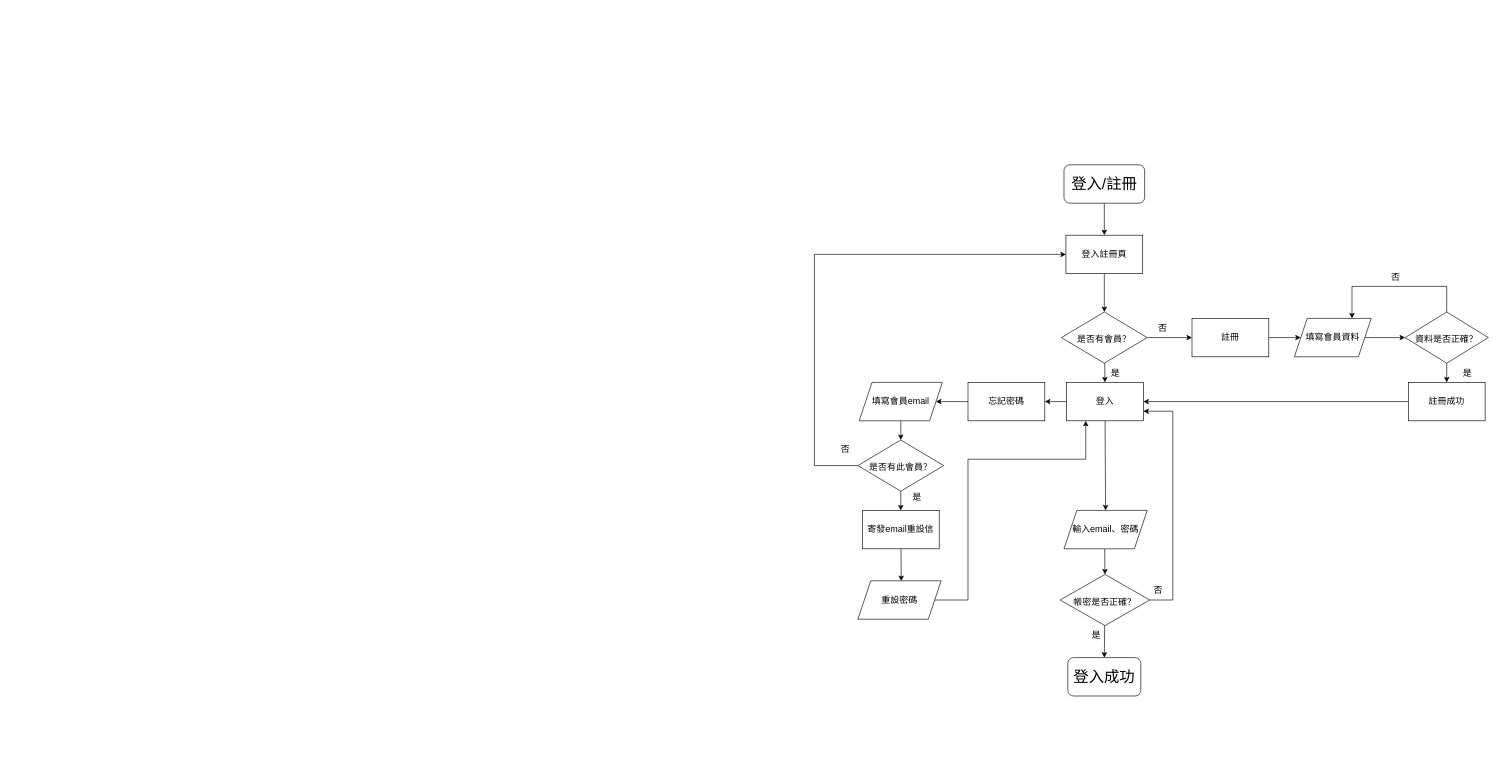
iiQvQii/vue-project keeps this draw.io diagram as 專題.drawio. Above is the earlier version. Source tidied: cells renumbered, new cells numbered last; positions are measured from the earlier drawing's top-left corner, leaving out a move shared by most shapes. Both pictures are drawn from the tidied source at 64%, with x=0, y=0 at pixel (814, 164).
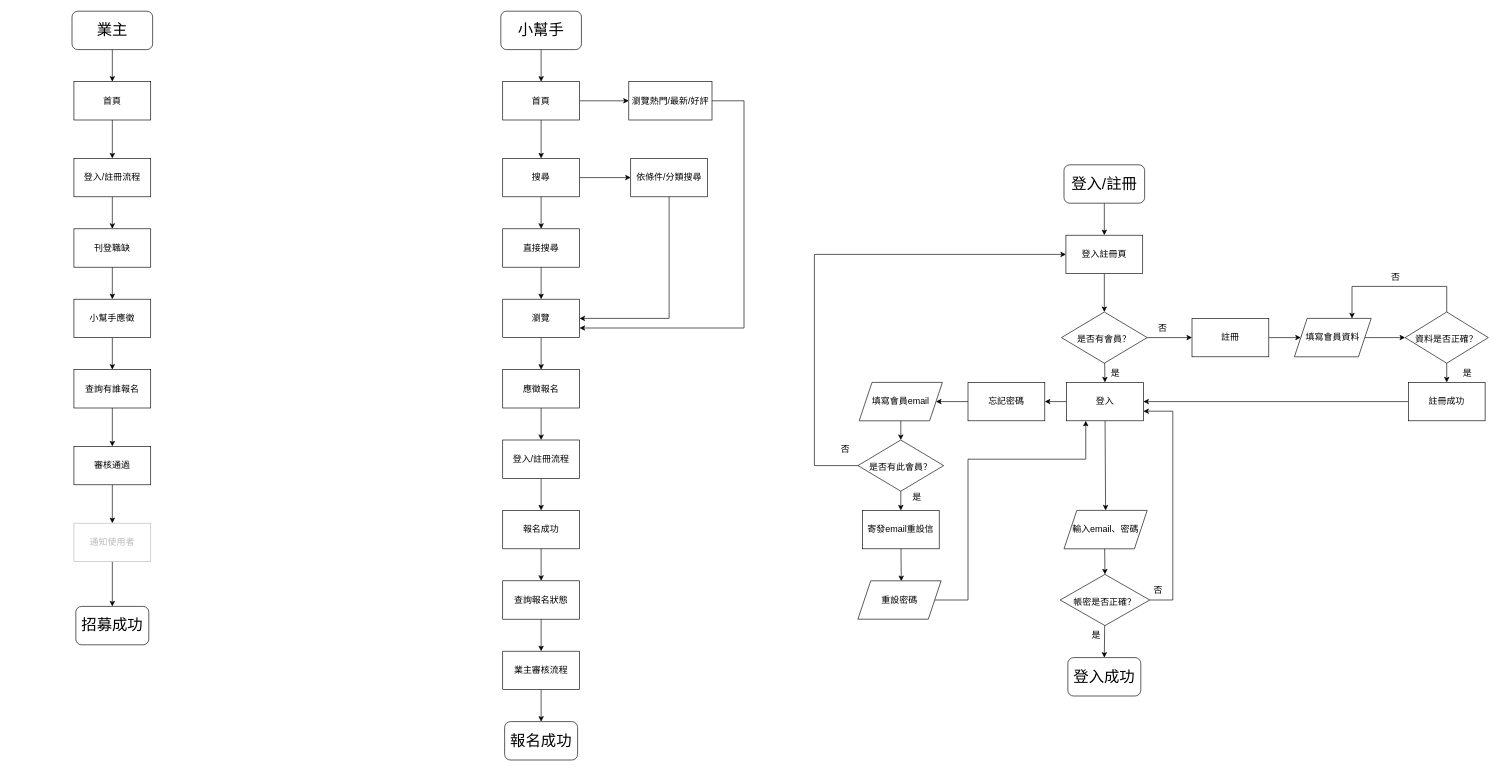
After the change.

Change to the diagram source:
```diff
@@
+    <mxCell id="47" style="edgeStyle=none;rounded=0;jettySize=auto;html=1;entryX=0.5;entryY=0;entryDx=0;entryDy=0;fontSize=14;" parent="1" edge="1" source="48" target="54">
+      <mxGeometry relative="1" as="geometry" />
+    </mxCell>
+    <mxCell id="48" value="&lt;span style=&quot;font-size: 24px;&quot;&gt;小幫手&lt;/span&gt;" style="rounded=1;whiteSpace=wrap;html=1;" parent="1" vertex="1">
+      <mxGeometry x="-490" y="-240" width="126" height="60" as="geometry" />
+    </mxCell>
+    <mxCell id="49" value="&lt;font style=&quot;font-size: 24px;&quot;&gt;報名成功&lt;/font&gt;" style="rounded=1;whiteSpace=wrap;html=1;" parent="1" vertex="1">
+      <mxGeometry x="-484" y="870" width="114" height="60" as="geometry" />
+    </mxCell>
+    <mxCell id="50" style="edgeStyle=none;rounded=0;orthogonalLoop=1;jettySize=auto;html=1;fontSize=14;exitX=0.5;exitY=0;exitDx=0;exitDy=0;entryX=0.75;entryY=0;entryDx=0;entryDy=0;" parent="1" edge="1">
+      <mxGeometry relative="1" as="geometry">
+        <mxPoint x="-570" y="240" as="targetPoint" />
+        <Array as="points">
+          <mxPoint x="-422" y="190" />
+          <mxPoint x="-570" y="190" />
+        </Array>
+      </mxGeometry>
+    </mxCell>
+    <mxCell id="51" style="edgeStyle=none;rounded=0;orthogonalLoop=1;jettySize=auto;html=1;exitX=1;exitY=0;exitDx=0;exitDy=0;fontSize=14;" parent="1" edge="1">
+      <mxGeometry relative="1" as="geometry">
+        <mxPoint x="-1247.5" y="770" as="sourcePoint" />
+        <mxPoint x="-1247.5" y="770" as="targetPoint" />
+      </mxGeometry>
+    </mxCell>
+    <mxCell id="52" style="edgeStyle=none;rounded=0;jettySize=auto;html=1;fontSize=14;" parent="1" edge="1" source="54" target="57">
+      <mxGeometry relative="1" as="geometry" />
+    </mxCell>
+    <mxCell id="53" style="edgeStyle=none;rounded=0;jettySize=auto;html=1;entryX=0;entryY=0.5;entryDx=0;entryDy=0;fontSize=14;" parent="1" edge="1" source="54" target="61">
+      <mxGeometry relative="1" as="geometry" />
+    </mxCell>
+    <mxCell id="54" value="首頁" style="rounded=0;whiteSpace=wrap;html=1;fontSize=14;" parent="1" vertex="1">
+      <mxGeometry x="-487" y="-130" width="120" height="60" as="geometry" />
+    </mxCell>
+    <mxCell id="55" style="edgeStyle=none;rounded=0;jettySize=auto;html=1;fontSize=14;" parent="1" edge="1" source="57" target="63">
+      <mxGeometry relative="1" as="geometry" />
+    </mxCell>
+    <mxCell id="56" style="edgeStyle=none;rounded=0;jettySize=auto;html=1;entryX=0.5;entryY=0;entryDx=0;entryDy=0;fontSize=14;" parent="1" edge="1" source="57" target="59">
+      <mxGeometry relative="1" as="geometry" />
+    </mxCell>
+    <mxCell id="57" value="搜尋" style="whiteSpace=wrap;html=1;fontSize=14;rounded=0;" parent="1" vertex="1">
+      <mxGeometry x="-487" y="-10" width="120" height="60" as="geometry" />
+    </mxCell>
+    <mxCell id="58" style="edgeStyle=none;rounded=0;jettySize=auto;html=1;fontSize=14;" parent="1" edge="1" source="59" target="65">
+      <mxGeometry relative="1" as="geometry" />
+    </mxCell>
+    <mxCell id="59" value="直接搜尋" style="whiteSpace=wrap;html=1;fontSize=14;rounded=0;" parent="1" vertex="1">
+      <mxGeometry x="-487" y="100" width="120" height="60" as="geometry" />
+    </mxCell>
+    <mxCell id="60" style="edgeStyle=none;rounded=0;jettySize=auto;html=1;fontSize=14;entryX=1;entryY=0.75;entryDx=0;entryDy=0;" parent="1" edge="1" source="61" target="65">
+      <mxGeometry relative="1" as="geometry">
+        <Array as="points">
+          <mxPoint x="-110" y="-100" />
+          <mxPoint x="-110" y="255" />
+        </Array>
+      </mxGeometry>
+    </mxCell>
+    <mxCell id="61" value="瀏覽熱門/最新/好評" style="rounded=0;whiteSpace=wrap;html=1;fontSize=14;" parent="1" vertex="1">
+      <mxGeometry x="-290" y="-130" width="130" height="60" as="geometry" />
+    </mxCell>
+    <mxCell id="62" style="edgeStyle=none;rounded=0;jettySize=auto;html=1;fontSize=14;entryX=1;entryY=0.5;entryDx=0;entryDy=0;" parent="1" edge="1" source="63" target="65">
+      <mxGeometry relative="1" as="geometry">
+        <Array as="points">
+          <mxPoint x="-227" y="240" />
+        </Array>
+      </mxGeometry>
+    </mxCell>
+    <mxCell id="63" value="依條件/分類搜尋" style="whiteSpace=wrap;html=1;fontSize=14;rounded=0;" parent="1" vertex="1">
+      <mxGeometry x="-287" y="-10" width="120" height="60" as="geometry" />
+    </mxCell>
+    <mxCell id="64" style="edgeStyle=none;rounded=0;jettySize=auto;html=1;fontSize=14;" parent="1" edge="1" source="65" target="67">
+      <mxGeometry relative="1" as="geometry" />
+    </mxCell>
+    <mxCell id="65" value="瀏覽" style="whiteSpace=wrap;html=1;fontSize=14;rounded=0;" parent="1" vertex="1">
+      <mxGeometry x="-487" y="210" width="120" height="60" as="geometry" />
+    </mxCell>
+    <mxCell id="66" style="edgeStyle=none;rounded=0;jettySize=auto;html=1;fontSize=14;" parent="1" edge="1" source="67" target="69">
+      <mxGeometry relative="1" as="geometry" />
+    </mxCell>
+    <mxCell id="67" value="應徵報名" style="whiteSpace=wrap;html=1;fontSize=14;rounded=0;" parent="1" vertex="1">
+      <mxGeometry x="-487" y="320" width="120" height="60" as="geometry" />
+    </mxCell>
+    <mxCell id="68" style="edgeStyle=none;rounded=0;jettySize=auto;html=1;entryX=0.5;entryY=0;entryDx=0;entryDy=0;fontSize=14;" parent="1" edge="1" source="69" target="71">
+      <mxGeometry relative="1" as="geometry" />
+    </mxCell>
+    <mxCell id="69" value="登入/註冊流程" style="whiteSpace=wrap;html=1;fontSize=14;rounded=0;" parent="1" vertex="1">
+      <mxGeometry x="-487" y="430" width="120" height="60" as="geometry" />
+    </mxCell>
+    <mxCell id="70" style="edgeStyle=none;rounded=0;jettySize=auto;html=1;entryX=0.5;entryY=0;entryDx=0;entryDy=0;fontSize=14;" parent="1" edge="1" source="71" target="92">
+      <mxGeometry relative="1" as="geometry" />
+    </mxCell>
+    <mxCell id="71" value="報名成功" style="whiteSpace=wrap;html=1;fontSize=14;rounded=0;" parent="1" vertex="1">
+      <mxGeometry x="-487" y="540" width="120" height="60" as="geometry" />
+    </mxCell>
+    <mxCell id="72" style="edgeStyle=none;rounded=0;jettySize=auto;html=1;entryX=0.5;entryY=0;entryDx=0;entryDy=0;fontSize=14;" parent="1" edge="1" source="73" target="49">
+      <mxGeometry relative="1" as="geometry" />
+    </mxCell>
+    <mxCell id="73" value="業主審核流程" style="whiteSpace=wrap;html=1;fontSize=14;rounded=0;" parent="1" vertex="1">
+      <mxGeometry x="-487" y="760" width="120" height="60" as="geometry" />
+    </mxCell>
+    <mxCell id="74" style="edgeStyle=none;rounded=0;jettySize=auto;html=1;entryX=0.5;entryY=0;entryDx=0;entryDy=0;fontSize=14;" parent="1" edge="1" source="75" target="78">
+      <mxGeometry relative="1" as="geometry" />
+    </mxCell>
+    <mxCell id="75" value="&lt;span style=&quot;font-size: 24px;&quot;&gt;業主&lt;/span&gt;" style="rounded=1;whiteSpace=wrap;html=1;" parent="1" vertex="1">
+      <mxGeometry x="-1160" y="-240" width="126" height="60" as="geometry" />
+    </mxCell>
+    <mxCell id="76" value="&lt;font style=&quot;font-size: 24px;&quot;&gt;招募成功&lt;/font&gt;" style="rounded=1;whiteSpace=wrap;html=1;" parent="1" vertex="1">
+      <mxGeometry x="-1154" y="690" width="114" height="60" as="geometry" />
+    </mxCell>
+    <mxCell id="77" style="edgeStyle=none;rounded=0;jettySize=auto;html=1;fontSize=14;" parent="1" edge="1" source="78" target="80">
+      <mxGeometry relative="1" as="geometry" />
+    </mxCell>
+    <mxCell id="78" value="首頁" style="rounded=0;whiteSpace=wrap;html=1;fontSize=14;" parent="1" vertex="1">
+      <mxGeometry x="-1157" y="-130" width="120" height="60" as="geometry" />
+    </mxCell>
+    <mxCell id="79" style="edgeStyle=none;rounded=0;jettySize=auto;html=1;entryX=0.5;entryY=0;entryDx=0;entryDy=0;fontSize=14;" parent="1" edge="1" source="80" target="82">
+      <mxGeometry relative="1" as="geometry" />
+    </mxCell>
+    <mxCell id="80" value="登入/註冊流程" style="whiteSpace=wrap;html=1;fontSize=14;rounded=0;" parent="1" vertex="1">
+      <mxGeometry x="-1157" y="-10" width="120" height="60" as="geometry" />
+    </mxCell>
+    <mxCell id="81" style="edgeStyle=none;rounded=0;jettySize=auto;html=1;fontSize=14;" parent="1" edge="1" source="82" target="84">
+      <mxGeometry relative="1" as="geometry" />
+    </mxCell>
+    <mxCell id="82" value="刊登職缺" style="whiteSpace=wrap;html=1;fontSize=14;rounded=0;" parent="1" vertex="1">
+      <mxGeometry x="-1157" y="100" width="120" height="60" as="geometry" />
+    </mxCell>
+    <mxCell id="83" style="edgeStyle=none;rounded=0;jettySize=auto;html=1;fontSize=14;" parent="1" edge="1" source="84" target="86">
+      <mxGeometry relative="1" as="geometry" />
+    </mxCell>
+    <mxCell id="84" value="小幫手應徵" style="whiteSpace=wrap;html=1;fontSize=14;rounded=0;" parent="1" vertex="1">
+      <mxGeometry x="-1157" y="210" width="120" height="60" as="geometry" />
+    </mxCell>
+    <mxCell id="85" style="edgeStyle=none;rounded=0;jettySize=auto;html=1;fontSize=14;" parent="1" edge="1" source="86" target="88">
+      <mxGeometry relative="1" as="geometry" />
+    </mxCell>
+    <mxCell id="86" value="查詢有誰報名" style="whiteSpace=wrap;html=1;fontSize=14;rounded=0;" parent="1" vertex="1">
+      <mxGeometry x="-1157" y="320" width="120" height="60" as="geometry" />
+    </mxCell>
+    <mxCell id="87" style="edgeStyle=none;rounded=0;jettySize=auto;html=1;entryX=0.5;entryY=0;entryDx=0;entryDy=0;fontSize=14;" parent="1" edge="1" source="88" target="90">
+      <mxGeometry relative="1" as="geometry" />
+    </mxCell>
+    <mxCell id="88" value="審核通過" style="whiteSpace=wrap;html=1;fontSize=14;rounded=0;" parent="1" vertex="1">
+      <mxGeometry x="-1157" y="440" width="120" height="60" as="geometry" />
+    </mxCell>
+    <mxCell id="89" style="edgeStyle=none;rounded=0;jettySize=auto;html=1;exitX=0.5;exitY=1;exitDx=0;exitDy=0;entryX=0.5;entryY=0;entryDx=0;entryDy=0;fontSize=14;" parent="1" edge="1" source="90">
+      <mxGeometry relative="1" as="geometry">
+        <mxPoint x="-1097" y="690" as="targetPoint" />
+      </mxGeometry>
+    </mxCell>
+    <mxCell id="90" value="通知使用者" style="whiteSpace=wrap;html=1;fontSize=14;rounded=0;strokeColor=#BABABA;fontColor=#BABABA;" parent="1" vertex="1">
+      <mxGeometry x="-1157" y="560" width="120" height="60" as="geometry" />
+    </mxCell>
+    <mxCell id="91" style="edgeStyle=none;rounded=0;jettySize=auto;html=1;entryX=0.5;entryY=0;entryDx=0;entryDy=0;fontSize=14;" parent="1" edge="1" source="92" target="73">
+      <mxGeometry relative="1" as="geometry" />
+    </mxCell>
+    <mxCell id="92" value="查詢報名狀態" style="rounded=0;whiteSpace=wrap;html=1;fontSize=14;" parent="1" vertex="1">
+      <mxGeometry x="-487" y="650" width="120" height="60" as="geometry" />
+    </mxCell>
```
